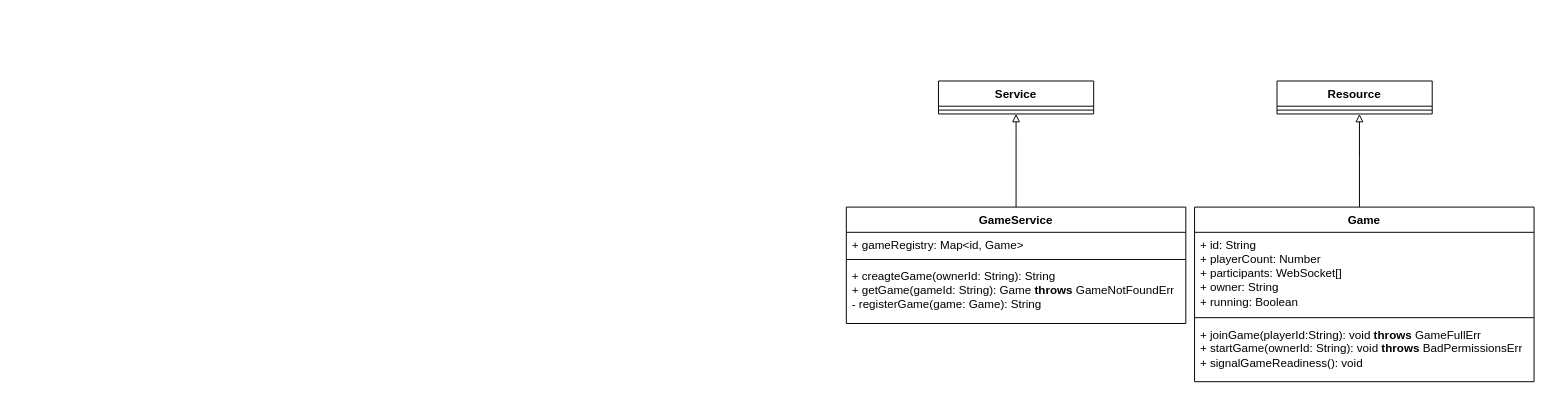
The draw.io diagram uml/ClassDiagram.drawio in slavnikov/geo-nam-gam, before the edit. Source tidied: cells renumbered, new cells numbered last; positions are measured from the earlier drawing's top-left corner, leaving out a move shared by most shapes. Both pictures are drawn from the tidied source at 97%, with x=0, y=0 at pixel (846, 81).
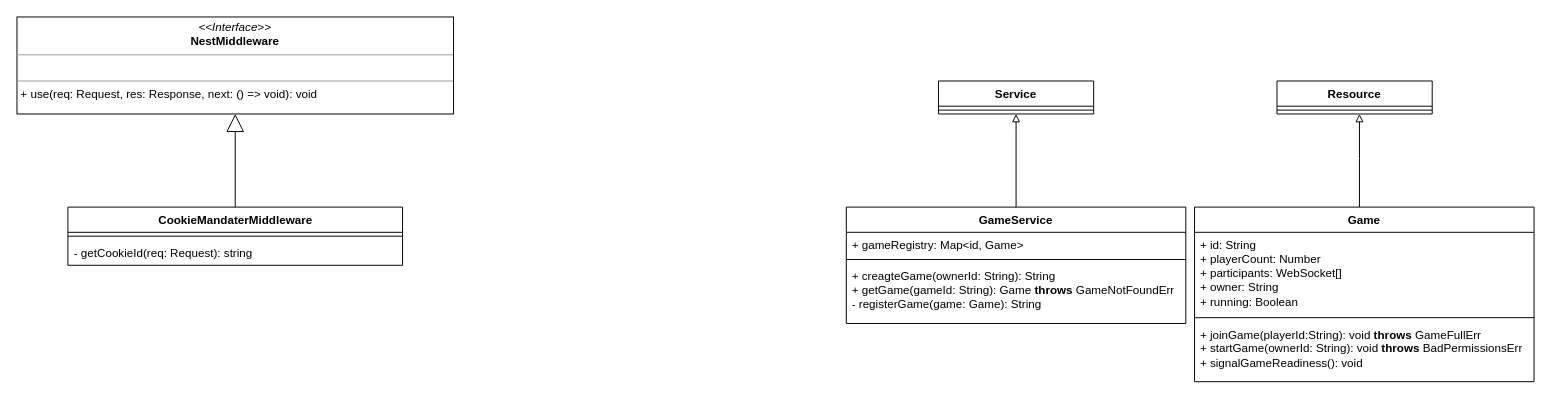
After the change.

Commit message:
Document the CookieMadater middleware class diagram;

Change to the diagram source:
```diff
@@
+    <mxCell id="16" value="&lt;p style=&quot;margin:0px;margin-top:4px;text-align:center;&quot;&gt;&lt;i&gt;&amp;lt;&amp;lt;Interface&amp;gt;&amp;gt;&lt;/i&gt;&lt;br&gt;&lt;b&gt;NestMiddleware&lt;/b&gt;&lt;/p&gt;&lt;hr size=&quot;1&quot;&gt;&lt;p style=&quot;margin:0px;margin-left:4px;&quot;&gt;&lt;br&gt;&lt;/p&gt;&lt;hr size=&quot;1&quot;&gt;&lt;p style=&quot;margin:0px;margin-left:4px;&quot;&gt;+ use(req: Request, res: Response, next: () =&amp;gt; void): void&lt;br&gt;&lt;br&gt;&lt;/p&gt;" style="verticalAlign=top;align=left;overflow=fill;fontSize=12;fontFamily=Helvetica;html=1;whiteSpace=wrap;" parent="1" vertex="1">
+      <mxGeometry x="-855" y="-66" width="450" height="100" as="geometry" />
+    </mxCell>
+    <mxCell id="17" value="CookieMandaterMiddleware" style="swimlane;fontStyle=1;align=center;verticalAlign=top;horizontal=1;startSize=26;whiteSpace=wrap;html=1;" parent="1" vertex="1">
+      <mxGeometry x="-802.5" y="130" width="345" height="60" as="geometry" />
+    </mxCell>
+    <mxCell id="18" style="line;strokeWidth=1;fillColor=none;align=left;verticalAlign=middle;spacingTop=-1;spacingLeft=3;spacingRight=3;labelPosition=right;strokeColor=inherit;" parent="17" vertex="1">
+      <mxGeometry y="26" width="345" height="8" as="geometry" />
+    </mxCell>
+    <mxCell id="19" value="- getCookieId(req: Request): string" style="text;strokeColor=none;fillColor=none;align=left;verticalAlign=top;spacingLeft=4;spacingRight=4;overflow=hidden;whiteSpace=wrap;html=1;" parent="17" vertex="1">
+      <mxGeometry y="34" width="345" height="26" as="geometry" />
+    </mxCell>
+    <mxCell id="20" style="endArrow=block;endSize=16;endFill=0;html=1;rounded=0;" parent="1" edge="1" source="17" target="16">
+      <mxGeometry relative="1" as="geometry" />
+    </mxCell>
```
